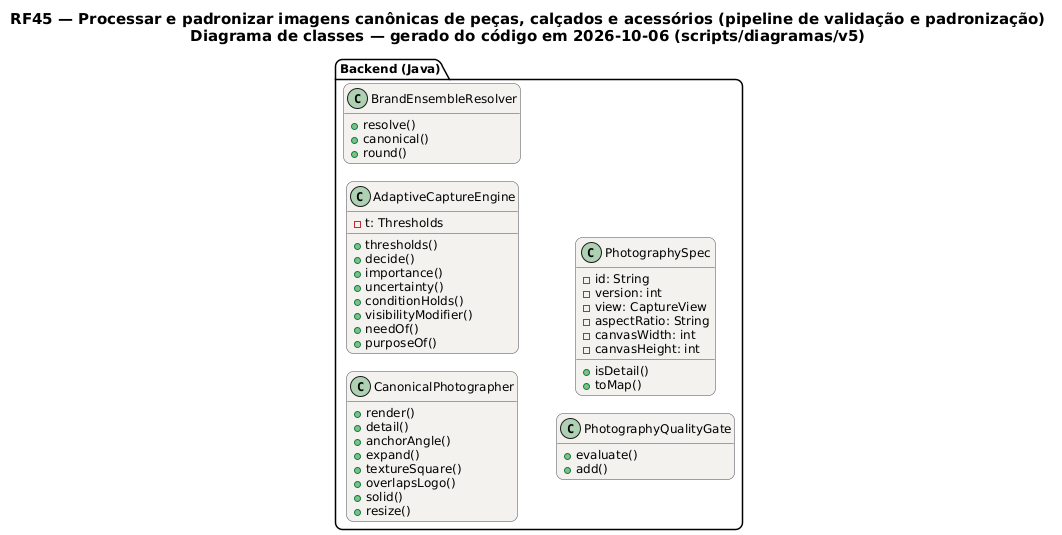
This is docs/diagramas/RF45/RF45_Classes.png from MatheusHaliski/tcc-2026-fashion-ai-backend, a PlantUML export, as it was before one commit. The source it was exported from:
```plantuml
@startuml RF45_Classes
!pragma layout smetana
skinparam backgroundColor #FFFFFF
skinparam shadowing false
skinparam defaultFontName "DejaVu Sans"
skinparam defaultFontSize 12
skinparam titleFontSize 15
skinparam roundcorner 14
skinparam ArrowColor #52606D
skinparam note {
  BackgroundColor #FFFDEB
  BorderColor #D8CE78
  FontColor #554F24
}
skinparam class {
  BackgroundColor #F4F2EF
  BorderColor #4A4852
  ArrowColor #4A4852
  StereotypeFontColor #6B6470
}
hide empty members
left to right direction
title RF45 — Processar e padronizar imagens canônicas de peças, calçados e acessórios (pipeline de validação e padronização)\nDiagrama de classes — gerado do código em 2026-10-06 (scripts/diagramas/v5)

package "Backend (Java)" {
  class CanonicalPhotographer  {
    +render()
    +detail()
    +anchorAngle()
    +expand()
    +textureSquare()
    +overlapsLogo()
    +solid()
    +resize()
  }
  class AdaptiveCaptureEngine  {
    -t: Thresholds
    +thresholds()
    +decide()
    +importance()
    +uncertainty()
    +conditionHolds()
    +visibilityModifier()
    +needOf()
    +purposeOf()
  }
  class BrandEnsembleResolver  {
    +resolve()
    +canonical()
    +round()
  }
  class PhotographyQualityGate  {
    +evaluate()
    +add()
  }
  class PhotographySpec  {
    -id: String
    -version: int
    -view: CaptureView
    -aspectRatio: String
    -canvasWidth: int
    -canvasHeight: int
    +isDetail()
    +toMap()
  }
}
@enduml
```
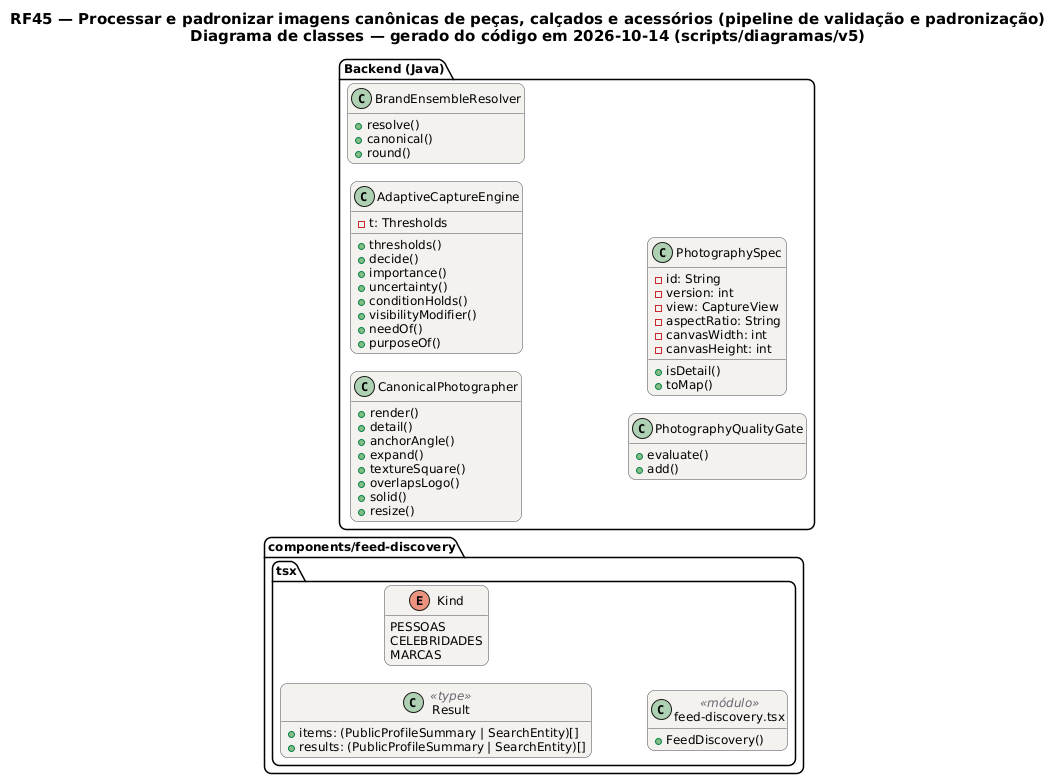
After the commit.

The edit, as a diff of the source:
```diff
@@ -20,8 +20,22 @@
 }
 hide empty members
 left to right direction
-title RF45 — Processar e padronizar imagens canônicas de peças, calçados e acessórios (pipeline de validação e padronização)\nDiagrama de classes — gerado do código em 2026-10-06 (scripts/diagramas/v5)
+title RF45 — Processar e padronizar imagens canônicas de peças, calçados e acessórios (pipeline de validação e padronização)\nDiagrama de classes — gerado do código em 2026-10-14 (scripts/diagramas/v5)
 
+package "components/feed-discovery.tsx" {
+  class Result as "Result" <<type>> {
+    +items: (PublicProfileSummary | SearchEntity)[]
+    +results: (PublicProfileSummary | SearchEntity)[]
+  }
+  enum Kind as "Kind" {
+    PESSOAS
+    CELEBRIDADES
+    MARCAS
+  }
+  class mod_feed_discovery_tsx as "feed-discovery.tsx" <<módulo>> {
+    +FeedDiscovery()
+  }
+}
 package "Backend (Java)" {
   class CanonicalPhotographer  {
     +render()
```
